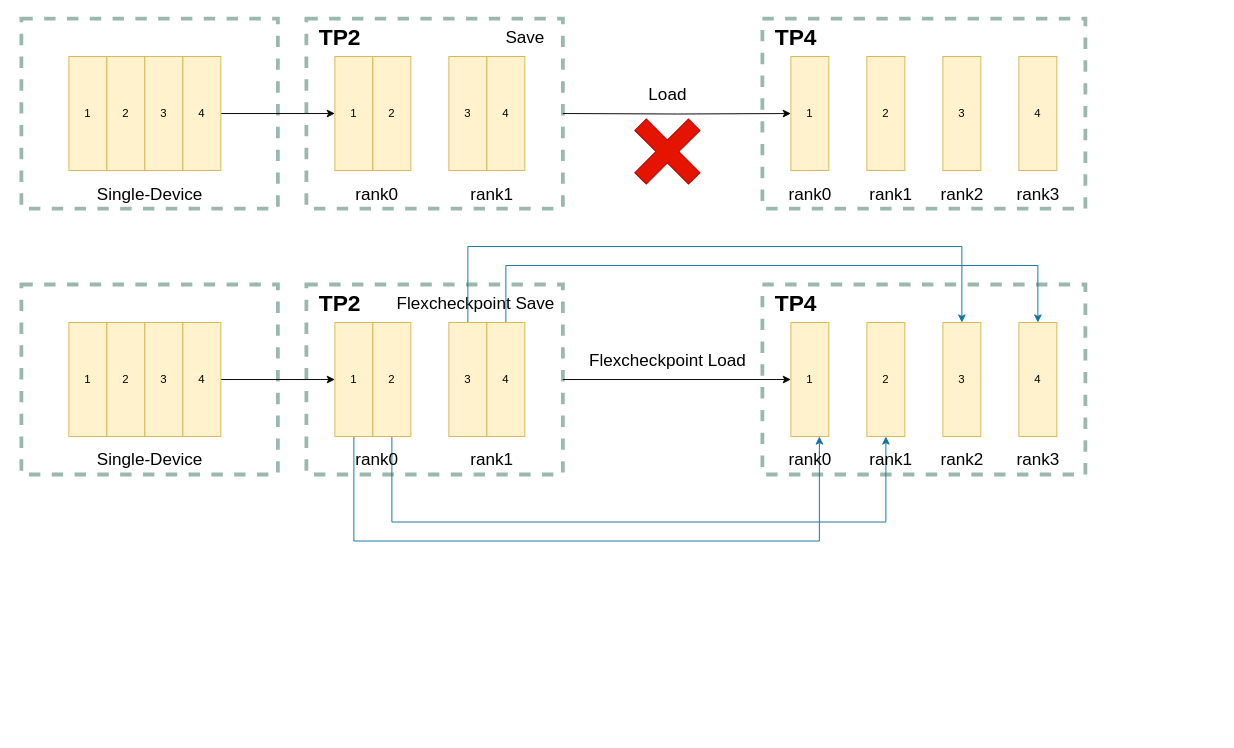
Above: drawio_images/tp2->tp4.drawio in zty-king/zty-king (draw.io), before the change. Source tidied: cells renumbered, new cells numbered last; positions are measured from the earlier drawing's top-left corner, leaving out a move shared by most shapes. Both pictures are drawn from the tidied source at 95%, with x=0, y=0 at pixel (21, 18).
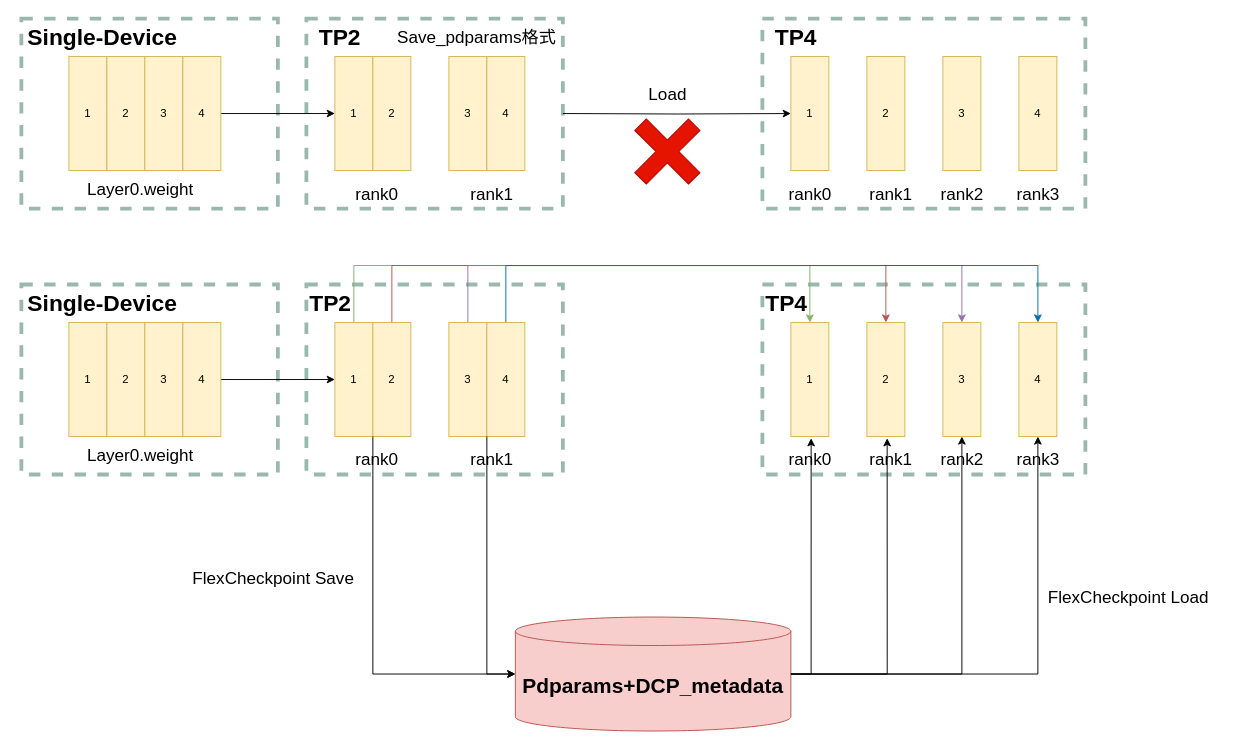
After the change.

The change refers to these unchanged cells:
```xml
<mxCell id="40" value="1" style="rounded=0;whiteSpace=wrap;html=1;fillColor=#fff2cc;strokeColor=#d6b656;" parent="1" vertex="1">
  <mxGeometry x="330" y="320" width="40" height="120" as="geometry" />
</mxCell>
<mxCell id="42" value="2" style="rounded=0;whiteSpace=wrap;html=1;fillColor=#fff2cc;strokeColor=#d6b656;" parent="1" vertex="1">
  <mxGeometry x="370" y="320" width="40" height="120" as="geometry" />
</mxCell>
<mxCell id="44" value="3" style="rounded=0;whiteSpace=wrap;html=1;fillColor=#fff2cc;strokeColor=#d6b656;" parent="1" vertex="1">
  <mxGeometry x="450" y="320" width="40" height="120" as="geometry" />
</mxCell>
<mxCell id="47" value="4" style="rounded=0;whiteSpace=wrap;html=1;fillColor=#fff2cc;strokeColor=#d6b656;" parent="1" vertex="1">
  <mxGeometry x="490" y="320" width="40" height="120" as="geometry" />
</mxCell>
<mxCell id="51" value="1" style="rounded=0;whiteSpace=wrap;html=1;fillColor=#fff2cc;strokeColor=#d6b656;" parent="1" vertex="1">
  <mxGeometry x="810" y="320" width="40" height="120" as="geometry" />
</mxCell>
<mxCell id="52" value="2" style="rounded=0;whiteSpace=wrap;html=1;fillColor=#fff2cc;strokeColor=#d6b656;" parent="1" vertex="1">
  <mxGeometry x="890" y="320" width="40" height="120" as="geometry" />
</mxCell>
<mxCell id="53" value="3" style="rounded=0;whiteSpace=wrap;html=1;fillColor=#fff2cc;strokeColor=#d6b656;" parent="1" vertex="1">
  <mxGeometry x="970" y="320" width="40" height="120" as="geometry" />
</mxCell>
<mxCell id="54" value="4" style="rounded=0;whiteSpace=wrap;html=1;fillColor=#fff2cc;strokeColor=#d6b656;" parent="1" vertex="1">
  <mxGeometry x="1050" y="320" width="40" height="120" as="geometry" />
</mxCell>
<mxCell id="56" value="&lt;font style=&quot;font-size: 18px;&quot;&gt;rank0&lt;/font&gt;" style="text;html=1;align=center;verticalAlign=middle;points=[];strokeColor=none;fillColor=none;" parent="1" vertex="1">
  <mxGeometry x="795" y="445" width="70" height="40" as="geometry" />
</mxCell>
<mxCell id="57" value="&lt;font style=&quot;font-size: 18px;&quot;&gt;rank1&lt;/font&gt;" style="text;html=1;align=center;verticalAlign=middle;points=[];strokeColor=none;fillColor=none;" parent="1" vertex="1">
  <mxGeometry x="880" y="445" width="70" height="40" as="geometry" />
</mxCell>
```

What changed in the source:
```diff
@@
-    <mxCell id="2" value="&lt;font style=&quot;font-size: 18px;&quot;&gt;Flexcheckpoint Save&lt;/font&gt;" style="text;html=1;align=center;verticalAlign=middle;strokeColor=none;fillColor=none;" parent="1" vertex="1">
-      <mxGeometry x="383" y="280" width="190" height="40" as="geometry" />
-    </mxCell>
+    <mxCell id="32" style="rounded=0;whiteSpace=wrap;html=1;fillColor=none;strokeColor=#9BB8AE;strokeWidth=4;dashed=1;" parent="1" vertex="1">
+      <mxGeometry x="300" y="280" width="270" height="200" as="geometry" />
+    </mxCell>
@@
-    <mxCell id="12" value="&lt;font style=&quot;font-size: 18px;&quot;&gt;Single-Device &lt;/font&gt;" style="text;html=1;align=center;verticalAlign=middle;strokeColor=none;fillColor=none;" parent="1" vertex="1">
-      <mxGeometry x="70" y="165" width="130" height="40" as="geometry" />
+    <mxCell id="12" value="&lt;font style=&quot;font-size: 24px;&quot;&gt;&lt;b&gt;Single-Device &lt;/b&gt;&lt;/font&gt;" style="text;html=1;align=center;verticalAlign=middle;strokeColor=none;fillColor=none;" parent="1" vertex="1">
+      <mxGeometry x="-5" width="180" height="40" as="geometry" />
     </mxCell>
@@
-    <mxCell id="32" style="rounded=0;whiteSpace=wrap;html=1;fillColor=none;strokeColor=#9BB8AE;strokeWidth=4;dashed=1;" parent="1" vertex="1">
-      <mxGeometry x="300" y="280" width="270" height="200" as="geometry" />
-    </mxCell>
@@
-    <mxCell id="38" value="&lt;font style=&quot;font-size: 18px;&quot;&gt;Single-Device &lt;/font&gt;" style="text;html=1;align=center;verticalAlign=middle;strokeColor=none;fillColor=none;" parent="1" vertex="1">
-      <mxGeometry x="70" y="445" width="130" height="40" as="geometry" />
+    <mxCell id="38" value="&lt;span style=&quot;font-size: 18px;&quot;&gt;Layer0.weight&lt;/span&gt;" style="text;html=1;align=center;verticalAlign=middle;strokeColor=none;fillColor=none;" parent="1" vertex="1">
+      <mxGeometry x="55" y="440" width="140" height="40" as="geometry" />
     </mxCell>
-    <mxCell id="39" style="edgeStyle=orthogonalEdgeStyle;rounded=0;jettySize=auto;html=1;exitX=0.5;exitY=1;exitDx=0;exitDy=0;entryX=0.75;entryY=1;entryDx=0;entryDy=0;fillColor=#b1ddf0;strokeColor=#10739e;" parent="1" edge="1" source="40" target="51">
+    <mxCell id="39" style="edgeStyle=orthogonalEdgeStyle;rounded=0;jettySize=auto;html=1;exitX=0.5;exitY=0;exitDx=0;exitDy=0;entryX=0.5;entryY=0;entryDx=0;entryDy=0;strokeWidth=1;fillColor=#d5e8d4;strokeColor=#82b366;" parent="1" edge="1" source="40" target="51">
       <mxGeometry relative="1" as="geometry">
         <Array as="points">
-          <mxPoint x="350" y="550" />
-          <mxPoint x="840" y="550" />
+          <mxPoint x="350" y="260" />
+          <mxPoint x="830" y="260" />
         </Array>
       </mxGeometry>
     </mxCell>
@@
-    <mxCell id="41" style="edgeStyle=orthogonalEdgeStyle;rounded=0;jettySize=auto;html=1;exitX=0.5;exitY=1;exitDx=0;exitDy=0;entryX=0.5;entryY=1;entryDx=0;entryDy=0;fillColor=#b1ddf0;strokeColor=#10739e;" parent="1" edge="1" source="42" target="52">
+    <mxCell id="41" style="edgeStyle=orthogonalEdgeStyle;rounded=0;jettySize=auto;html=1;exitX=0.5;exitY=0;exitDx=0;exitDy=0;entryX=0.5;entryY=0;entryDx=0;entryDy=0;fillColor=#f8cecc;strokeColor=#b85450;" parent="1" edge="1" source="42" target="52">
       <mxGeometry relative="1" as="geometry">
         <Array as="points">
-          <mxPoint x="390" y="530" />
-          <mxPoint x="910" y="530" />
+          <mxPoint x="390" y="260" />
+          <mxPoint x="910" y="260" />
         </Array>
       </mxGeometry>
     </mxCell>
@@
-    <mxCell id="43" style="edgeStyle=orthogonalEdgeStyle;rounded=0;jettySize=auto;html=1;entryX=0.5;entryY=0;entryDx=0;entryDy=0;fillColor=#b1ddf0;strokeColor=#10739e;" parent="1" edge="1" source="44" target="53">
+    <mxCell id="43" style="edgeStyle=orthogonalEdgeStyle;rounded=0;jettySize=auto;html=1;exitX=0.5;exitY=0;exitDx=0;exitDy=0;entryX=0.5;entryY=0;entryDx=0;entryDy=0;fillColor=#e1d5e7;strokeColor=#9673a6;" parent="1" edge="1" source="44" target="53">
       <mxGeometry relative="1" as="geometry">
         <Array as="points">
-          <mxPoint x="470" y="240" />
-          <mxPoint x="990" y="240" />
+          <mxPoint x="470" y="260" />
+          <mxPoint x="990" y="260" />
         </Array>
       </mxGeometry>
     </mxCell>
@@
-    <mxCell id="45" style="edgeStyle=orthogonalEdgeStyle;rounded=0;jettySize=auto;html=1;exitX=1;exitY=0.5;exitDx=0;exitDy=0;" parent="1" edge="1" source="32" target="51">
-      <mxGeometry relative="1" as="geometry" />
-    </mxCell>
-    <mxCell id="46" style="edgeStyle=orthogonalEdgeStyle;rounded=0;jettySize=auto;html=1;exitX=0.5;exitY=0;exitDx=0;exitDy=0;entryX=0.5;entryY=0;entryDx=0;entryDy=0;fillColor=#b1ddf0;strokeColor=#10739e;" parent="1" edge="1" source="47" target="54">
+    <mxCell id="46" style="edgeStyle=orthogonalEdgeStyle;rounded=0;jettySize=auto;html=1;exitX=0.5;exitY=0;exitDx=0;exitDy=0;entryX=0.5;entryY=0;entryDx=0;entryDy=0;fillColor=#1ba1e2;strokeColor=#006EAF;" parent="1" edge="1" source="47" target="54">
       <mxGeometry relative="1" as="geometry">
         <Array as="points">
           <mxPoint x="510" y="260" />
           <mxPoint x="1070" y="260" />
         </Array>
       </mxGeometry>
     </mxCell>
@@
     <mxCell id="50" value="&lt;font style=&quot;font-size: 24px;&quot;&gt;&lt;b&gt;TP2&lt;/b&gt;&lt;/font&gt;" style="text;html=1;align=center;verticalAlign=middle;strokeColor=none;fillColor=none;" parent="1" vertex="1">
-      <mxGeometry x="300" y="280" width="70" height="40" as="geometry" />
+      <mxGeometry x="290" y="280" width="70" height="40" as="geometry" />
     </mxCell>
@@
     <mxCell id="55" value="&lt;font style=&quot;font-size: 24px;&quot;&gt;&lt;b&gt;TP4&lt;/b&gt;&lt;/font&gt;" style="text;html=1;align=center;verticalAlign=middle;strokeColor=none;fillColor=none;" parent="1" vertex="1">
-      <mxGeometry x="780" y="280" width="70" height="40" as="geometry" />
+      <mxGeometry x="770" y="280" width="70" height="40" as="geometry" />
     </mxCell>
@@
-    <mxCell id="61" value="&lt;font style=&quot;font-size: 18px;&quot;&gt;Save&lt;/font&gt;" style="text;html=1;align=center;verticalAlign=middle;strokeColor=none;fillColor=none;" parent="1" vertex="1">
-      <mxGeometry x="500" width="60" height="40" as="geometry" />
+    <mxCell id="61" value="&lt;font style=&quot;font-size: 18px;&quot;&gt;Save_pdparams格式&lt;/font&gt;" style="text;html=1;align=center;verticalAlign=middle;strokeColor=none;fillColor=none;" parent="1" vertex="1">
+      <mxGeometry x="384" width="190" height="40" as="geometry" />
     </mxCell>
-    <mxCell id="62" value="&lt;font style=&quot;font-size: 18px;&quot;&gt;Flexcheckpoint Load&lt;/font&gt;" style="text;html=1;align=center;verticalAlign=middle;strokeColor=none;fillColor=none;" parent="1" vertex="1">
-      <mxGeometry x="585" y="340" width="190" height="40" as="geometry" />
-    </mxCell>
+    <mxCell id="63" value="&lt;font style=&quot;font-size: 24px;&quot;&gt;&lt;b&gt;Single-Device &lt;/b&gt;&lt;/font&gt;" style="text;html=1;align=center;verticalAlign=middle;strokeColor=none;fillColor=none;" parent="1" vertex="1">
+      <mxGeometry x="-5" y="280" width="180" height="40" as="geometry" />
+    </mxCell>
+    <mxCell id="64" value="&lt;span style=&quot;font-size: 18px;&quot;&gt;Layer0.weight&lt;/span&gt;" style="text;html=1;align=center;verticalAlign=middle;strokeColor=none;fillColor=none;" parent="1" vertex="1">
+      <mxGeometry x="55" y="160" width="140" height="40" as="geometry" />
+    </mxCell>
+    <mxCell id="65" style="edgeStyle=orthogonalEdgeStyle;rounded=0;jettySize=auto;html=1;exitX=1;exitY=0.5;exitDx=0;exitDy=0;exitPerimeter=0;entryX=0.5;entryY=1;entryDx=0;entryDy=0;" parent="1" edge="1" source="66" target="54">
+      <mxGeometry relative="1" as="geometry" />
+    </mxCell>
+    <mxCell id="66" value="&lt;font style=&quot;font-size: 22px;&quot;&gt;&lt;b&gt;Pdparams+DCP_metadata&lt;/b&gt;&lt;/font&gt;" style="shape=cylinder3;whiteSpace=wrap;html=1;boundedLbl=1;backgroundOutline=1;size=15;fillColor=#f8cecc;strokeColor=#b85450;shadow=0;" parent="1" vertex="1">
+      <mxGeometry x="520" y="630" width="290" height="120" as="geometry" />
+    </mxCell>
+    <mxCell id="67" style="edgeStyle=orthogonalEdgeStyle;rounded=0;jettySize=auto;html=1;exitX=0;exitY=1;exitDx=0;exitDy=0;entryX=0;entryY=0.5;entryDx=0;entryDy=0;entryPerimeter=0;" parent="1" edge="1" source="42" target="66">
+      <mxGeometry relative="1" as="geometry" />
+    </mxCell>
+    <mxCell id="68" style="edgeStyle=orthogonalEdgeStyle;rounded=0;jettySize=auto;html=1;exitX=1;exitY=1;exitDx=0;exitDy=0;entryX=0;entryY=0.5;entryDx=0;entryDy=0;entryPerimeter=0;" parent="1" edge="1" source="44" target="66">
+      <mxGeometry relative="1" as="geometry" />
+    </mxCell>
+    <mxCell id="69" value="&lt;font style=&quot;font-size: 18px;&quot;&gt;FlexCheckpoint Save&lt;/font&gt;" style="text;html=1;align=center;verticalAlign=middle;strokeColor=none;fillColor=none;" parent="1" vertex="1">
+      <mxGeometry x="170" y="570" width="190" height="40" as="geometry" />
+    </mxCell>
+    <mxCell id="70" style="edgeStyle=orthogonalEdgeStyle;rounded=0;jettySize=auto;html=1;exitX=1;exitY=0.5;exitDx=0;exitDy=0;exitPerimeter=0;entryX=0.519;entryY=-0.079;entryDx=0;entryDy=0;entryPerimeter=0;" parent="1" edge="1" source="66" target="56">
+      <mxGeometry relative="1" as="geometry" />
+    </mxCell>
+    <mxCell id="71" style="edgeStyle=orthogonalEdgeStyle;rounded=0;jettySize=auto;html=1;exitX=1;exitY=0.5;exitDx=0;exitDy=0;exitPerimeter=0;entryX=0.448;entryY=-0.079;entryDx=0;entryDy=0;entryPerimeter=0;" parent="1" edge="1" source="66" target="57">
+      <mxGeometry relative="1" as="geometry" />
+    </mxCell>
+    <mxCell id="72" style="edgeStyle=orthogonalEdgeStyle;rounded=0;jettySize=auto;html=1;exitX=1;exitY=0.5;exitDx=0;exitDy=0;exitPerimeter=0;entryX=0.5;entryY=1;entryDx=0;entryDy=0;" parent="1" edge="1" source="66" target="53">
+      <mxGeometry relative="1" as="geometry" />
+    </mxCell>
+    <mxCell id="73" value="&lt;font style=&quot;font-size: 18px;&quot;&gt;FlexCheckpoint Load&lt;/font&gt;" style="text;html=1;align=center;verticalAlign=middle;strokeColor=none;fillColor=none;" parent="1" vertex="1">
+      <mxGeometry x="1070" y="590" width="190" height="40" as="geometry" />
+    </mxCell>
```
